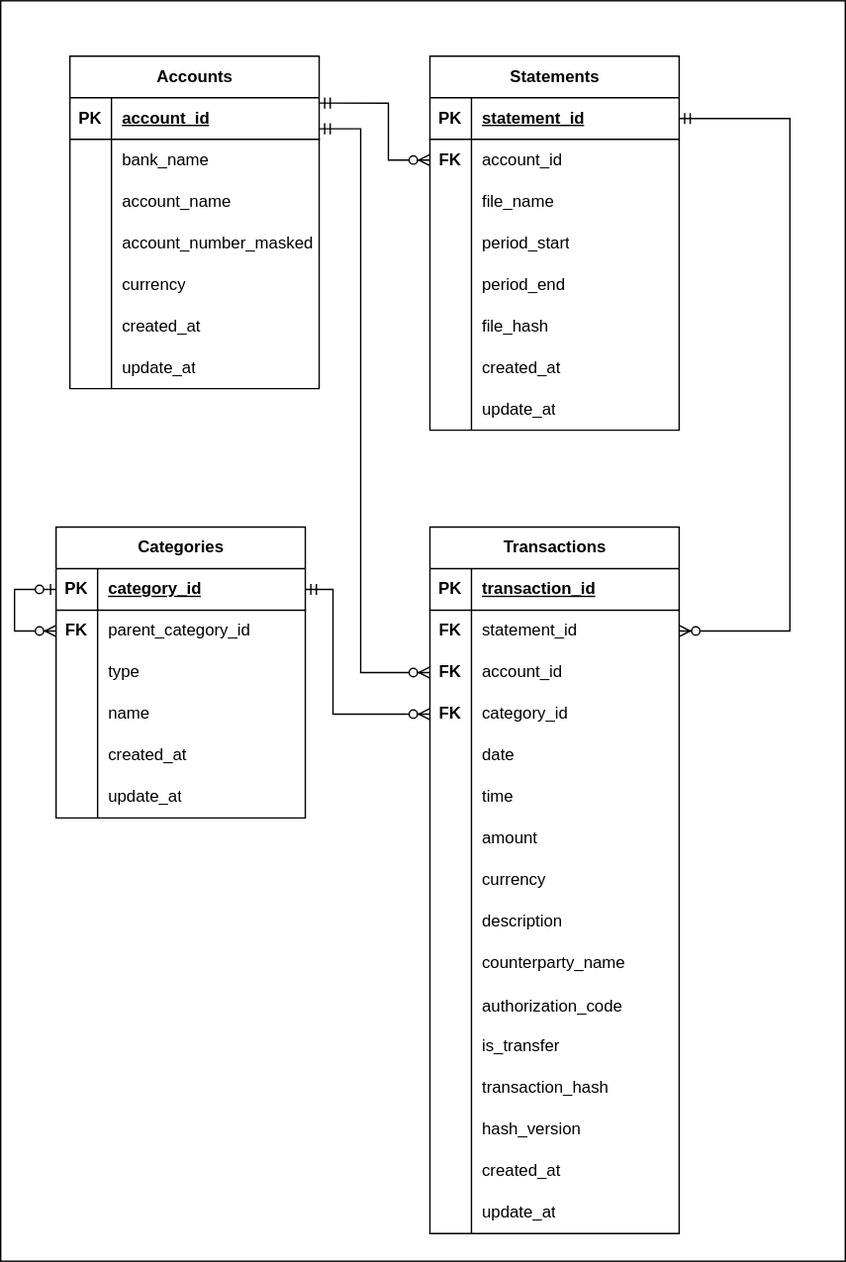
Before: docs/requirements/erd.svg, a diagram exported from draw.io (tms050/finance-tracker). Source tidied: cells renumbered, new cells last; positions are measured from the earlier drawing's top-left corner, leaving out a move shared by most shapes.
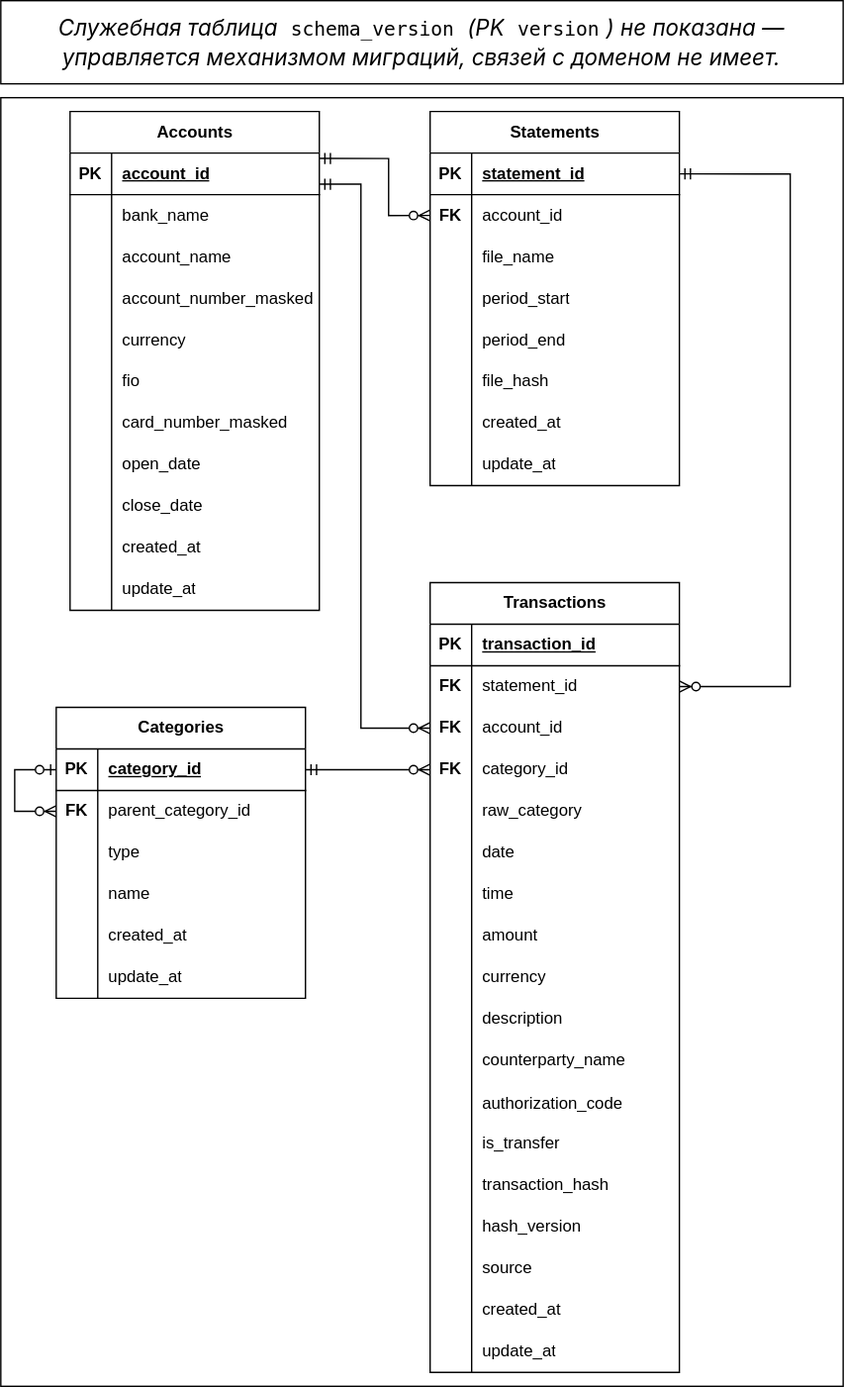
After the commit.

What changed in the source:
```diff
@@ -3,10 +3,10 @@
     <mxCell id="0" />
     <mxCell id="1" parent="0" />
     <mxCell id="2" style="rounded=0;whiteSpace=wrap;html=1;" parent="1" vertex="1">
-      <mxGeometry width="610" height="910" as="geometry" />
+      <mxGeometry y="30" width="608.3" height="930" as="geometry" />
     </mxCell>
     <mxCell id="3" value="Accounts" style="shape=table;startSize=30;rowLines=0;fontStyle=1;align=center;html=1;" parent="1" vertex="1">
-      <mxGeometry x="50" y="40" width="180" height="240" as="geometry" />
+      <mxGeometry x="50" y="40" width="180" height="360" as="geometry" />
     </mxCell>
     <mxCell id="4" style="shape=tableRow;horizontal=0;startSize=0;swimlaneHead=0;swimlaneBody=0;fillColor=none;points=[[0,0.5],[1,0.5]];portConstraint=eastwest;top=0;left=0;right=0;bottom=1;" parent="3" vertex="1">
       <mxGeometry y="30" width="180" height="30" as="geometry" />
@@ -53,8 +53,44 @@
     <mxCell id="18" value="currency" style="shape=partialRectangle;fillColor=none;top=0;left=0;bottom=0;right=0;align=left;spacingLeft=6;overflow=hidden;whiteSpace=wrap;html=1;" parent="16" vertex="1">
       <mxGeometry x="30" width="150" height="30" as="geometry" />
     </mxCell>
+    <mxCell id="123" style="shape=tableRow;horizontal=0;startSize=0;swimlaneHead=0;swimlaneBody=0;fillColor=none;top=0;left=0;right=0;bottom=0;" parent="3" vertex="1">
+      <mxGeometry y="180" width="180" height="30" as="geometry" />
+    </mxCell>
+    <mxCell id="124" style="shape=partialRectangle;fillColor=none;top=0;left=0;bottom=0;right=0;overflow=hidden;whiteSpace=wrap;html=1;" parent="123" vertex="1">
+      <mxGeometry width="30" height="30" as="geometry" />
+    </mxCell>
+    <mxCell id="125" value="fio" style="shape=partialRectangle;fillColor=none;top=0;left=0;bottom=0;right=0;align=left;spacingLeft=6;overflow=hidden;whiteSpace=wrap;html=1;" parent="123" vertex="1">
+      <mxGeometry x="30" width="150" height="30" as="geometry" />
+    </mxCell>
+    <mxCell id="126" style="shape=tableRow;horizontal=0;startSize=0;swimlaneHead=0;swimlaneBody=0;fillColor=none;top=0;left=0;right=0;bottom=0;" parent="3" vertex="1">
+      <mxGeometry y="210" width="180" height="30" as="geometry" />
+    </mxCell>
+    <mxCell id="127" style="shape=partialRectangle;fillColor=none;top=0;left=0;bottom=0;right=0;overflow=hidden;whiteSpace=wrap;html=1;" parent="126" vertex="1">
+      <mxGeometry width="30" height="30" as="geometry" />
+    </mxCell>
+    <mxCell id="128" value="card_number_masked" style="shape=partialRectangle;fillColor=none;top=0;left=0;bottom=0;right=0;align=left;spacingLeft=6;overflow=hidden;whiteSpace=wrap;html=1;" parent="126" vertex="1">
+      <mxGeometry x="30" width="150" height="30" as="geometry" />
+    </mxCell>
+    <mxCell id="129" style="shape=tableRow;horizontal=0;startSize=0;swimlaneHead=0;swimlaneBody=0;fillColor=none;top=0;left=0;right=0;bottom=0;" parent="3" vertex="1">
+      <mxGeometry y="240" width="180" height="30" as="geometry" />
+    </mxCell>
+    <mxCell id="130" style="shape=partialRectangle;fillColor=none;top=0;left=0;bottom=0;right=0;overflow=hidden;whiteSpace=wrap;html=1;" parent="129" vertex="1">
+      <mxGeometry width="30" height="30" as="geometry" />
+    </mxCell>
+    <mxCell id="131" value="open_date" style="shape=partialRectangle;fillColor=none;top=0;left=0;bottom=0;right=0;align=left;spacingLeft=6;overflow=hidden;whiteSpace=wrap;html=1;" parent="129" vertex="1">
+      <mxGeometry x="30" width="150" height="30" as="geometry" />
+    </mxCell>
+    <mxCell id="132" style="shape=tableRow;horizontal=0;startSize=0;swimlaneHead=0;swimlaneBody=0;fillColor=none;top=0;left=0;right=0;bottom=0;" parent="3" vertex="1">
+      <mxGeometry y="270" width="180" height="30" as="geometry" />
+    </mxCell>
+    <mxCell id="133" style="shape=partialRectangle;fillColor=none;top=0;left=0;bottom=0;right=0;overflow=hidden;whiteSpace=wrap;html=1;" parent="132" vertex="1">
+      <mxGeometry width="30" height="30" as="geometry" />
+    </mxCell>
+    <mxCell id="134" value="close_date" style="shape=partialRectangle;fillColor=none;top=0;left=0;bottom=0;right=0;align=left;spacingLeft=6;overflow=hidden;whiteSpace=wrap;html=1;" parent="132" vertex="1">
+      <mxGeometry x="30" width="150" height="30" as="geometry" />
+    </mxCell>
     <mxCell id="19" style="shape=tableRow;horizontal=0;startSize=0;swimlaneHead=0;swimlaneBody=0;fillColor=none;top=0;left=0;right=0;bottom=0;" parent="3" vertex="1">
-      <mxGeometry y="180" width="180" height="30" as="geometry" />
+      <mxGeometry y="300" width="180" height="30" as="geometry" />
     </mxCell>
     <mxCell id="20" style="shape=partialRectangle;fillColor=none;top=0;left=0;bottom=0;right=0;overflow=hidden;whiteSpace=wrap;html=1;" parent="19" vertex="1">
       <mxGeometry width="30" height="30" as="geometry" />
@@ -63,7 +99,7 @@
       <mxGeometry x="30" width="150" height="30" as="geometry" />
     </mxCell>
     <mxCell id="22" style="shape=tableRow;horizontal=0;startSize=0;swimlaneHead=0;swimlaneBody=0;fillColor=none;top=0;left=0;right=0;bottom=0;" parent="3" vertex="1">
-      <mxGeometry y="210" width="180" height="30" as="geometry" />
+      <mxGeometry y="330" width="180" height="30" as="geometry" />
     </mxCell>
     <mxCell id="23" style="shape=partialRectangle;fillColor=none;top=0;left=0;bottom=0;right=0;overflow=hidden;whiteSpace=wrap;html=1;" parent="22" vertex="1">
       <mxGeometry width="30" height="30" as="geometry" />
@@ -147,7 +183,7 @@
       <mxGeometry x="30" width="150" height="30" as="geometry" />
     </mxCell>
     <mxCell id="50" value="Transactions" style="shape=table;startSize=30;rowLines=0;fontStyle=1;align=center;html=1;" parent="1" vertex="1">
-      <mxGeometry x="310" y="380" width="180" height="510" as="geometry" />
+      <mxGeometry x="310" y="380" width="180" height="570" as="geometry" />
     </mxCell>
     <mxCell id="51" style="shape=tableRow;horizontal=0;startSize=0;swimlaneHead=0;swimlaneBody=0;fillColor=none;top=0;left=0;right=0;bottom=1;" parent="50" vertex="1">
       <mxGeometry y="30" width="180" height="30" as="geometry" />
@@ -185,8 +221,17 @@
     <mxCell id="62" value="category_id" style="shape=partialRectangle;fillColor=none;top=0;left=0;bottom=0;right=0;align=left;spacingLeft=6;overflow=hidden;whiteSpace=wrap;html=1;" parent="60" vertex="1">
       <mxGeometry x="30" width="150" height="30" as="geometry" />
     </mxCell>
+    <mxCell id="135" style="shape=tableRow;horizontal=0;startSize=0;swimlaneHead=0;swimlaneBody=0;fillColor=none;top=0;left=0;right=0;bottom=0;" parent="50" vertex="1">
+      <mxGeometry y="150" width="180" height="30" as="geometry" />
+    </mxCell>
+    <mxCell id="136" style="shape=partialRectangle;fillColor=none;top=0;left=0;bottom=0;right=0;overflow=hidden;whiteSpace=wrap;html=1;" parent="135" vertex="1">
+      <mxGeometry width="30" height="30" as="geometry" />
+    </mxCell>
+    <mxCell id="137" value="raw_category" style="shape=partialRectangle;fillColor=none;top=0;left=0;bottom=0;right=0;align=left;spacingLeft=6;overflow=hidden;whiteSpace=wrap;html=1;" parent="135" vertex="1">
+      <mxGeometry x="30" width="150" height="30" as="geometry" />
+    </mxCell>
     <mxCell id="63" style="shape=tableRow;horizontal=0;startSize=0;swimlaneHead=0;swimlaneBody=0;fillColor=none;top=0;left=0;right=0;bottom=0;" parent="50" vertex="1">
-      <mxGeometry y="150" width="180" height="30" as="geometry" />
+      <mxGeometry y="180" width="180" height="30" as="geometry" />
     </mxCell>
     <mxCell id="64" style="shape=partialRectangle;fillColor=none;top=0;left=0;bottom=0;right=0;overflow=hidden;whiteSpace=wrap;html=1;" parent="63" vertex="1">
       <mxGeometry width="30" height="30" as="geometry" />
@@ -195,7 +240,7 @@
       <mxGeometry x="30" width="150" height="30" as="geometry" />
     </mxCell>
     <mxCell id="66" style="shape=tableRow;horizontal=0;startSize=0;swimlaneHead=0;swimlaneBody=0;fillColor=none;top=0;left=0;right=0;bottom=0;" parent="50" vertex="1">
-      <mxGeometry y="180" width="180" height="30" as="geometry" />
+      <mxGeometry y="210" width="180" height="30" as="geometry" />
     </mxCell>
     <mxCell id="67" style="shape=partialRectangle;fillColor=none;top=0;left=0;bottom=0;right=0;overflow=hidden;whiteSpace=wrap;html=1;" parent="66" vertex="1">
       <mxGeometry width="30" height="30" as="geometry" />
@@ -204,7 +249,7 @@
       <mxGeometry x="30" width="150" height="30" as="geometry" />
     </mxCell>
     <mxCell id="69" style="shape=tableRow;horizontal=0;startSize=0;swimlaneHead=0;swimlaneBody=0;fillColor=none;top=0;left=0;right=0;bottom=0;" parent="50" vertex="1">
-      <mxGeometry y="210" width="180" height="30" as="geometry" />
+      <mxGeometry y="240" width="180" height="30" as="geometry" />
     </mxCell>
     <mxCell id="70" style="shape=partialRectangle;fillColor=none;top=0;left=0;bottom=0;right=0;overflow=hidden;whiteSpace=wrap;html=1;" parent="69" vertex="1">
       <mxGeometry width="30" height="30" as="geometry" />
@@ -213,7 +258,7 @@
       <mxGeometry x="30" width="150" height="30" as="geometry" />
     </mxCell>
     <mxCell id="72" style="shape=tableRow;horizontal=0;startSize=0;swimlaneHead=0;swimlaneBody=0;fillColor=none;top=0;left=0;right=0;bottom=0;" parent="50" vertex="1">
-      <mxGeometry y="240" width="180" height="30" as="geometry" />
+      <mxGeometry y="270" width="180" height="30" as="geometry" />
     </mxCell>
     <mxCell id="73" style="shape=partialRectangle;fillColor=none;top=0;left=0;bottom=0;right=0;overflow=hidden;whiteSpace=wrap;html=1;" parent="72" vertex="1">
       <mxGeometry width="30" height="30" as="geometry" />
@@ -222,7 +267,7 @@
       <mxGeometry x="30" width="150" height="30" as="geometry" />
     </mxCell>
     <mxCell id="75" style="shape=tableRow;horizontal=0;startSize=0;swimlaneHead=0;swimlaneBody=0;fillColor=none;top=0;left=0;right=0;bottom=0;" parent="50" vertex="1">
-      <mxGeometry y="270" width="180" height="30" as="geometry" />
+      <mxGeometry y="300" width="180" height="30" as="geometry" />
     </mxCell>
     <mxCell id="76" style="shape=partialRectangle;fillColor=none;top=0;left=0;bottom=0;right=0;overflow=hidden;whiteSpace=wrap;html=1;" parent="75" vertex="1">
       <mxGeometry width="30" height="30" as="geometry" />
@@ -231,7 +276,7 @@
       <mxGeometry x="30" width="150" height="30" as="geometry" />
     </mxCell>
     <mxCell id="78" style="shape=tableRow;horizontal=0;startSize=0;swimlaneHead=0;swimlaneBody=0;fillColor=none;top=0;left=0;right=0;bottom=0;" parent="50" vertex="1">
-      <mxGeometry y="300" width="180" height="30" as="geometry" />
+      <mxGeometry y="330" width="180" height="30" as="geometry" />
     </mxCell>
     <mxCell id="79" style="shape=partialRectangle;fillColor=none;top=0;left=0;bottom=0;right=0;overflow=hidden;whiteSpace=wrap;html=1;" parent="78" vertex="1">
       <mxGeometry width="30" height="30" as="geometry" />
@@ -240,7 +285,7 @@
       <mxGeometry x="30" width="150" height="30" as="geometry" />
     </mxCell>
     <mxCell id="81" style="shape=tableRow;horizontal=0;startSize=0;swimlaneHead=0;swimlaneBody=0;fillColor=none;top=0;left=0;right=0;bottom=0;" parent="50" vertex="1">
-      <mxGeometry y="330" width="180" height="30" as="geometry" />
+      <mxGeometry y="360" width="180" height="30" as="geometry" />
     </mxCell>
     <mxCell id="82" style="shape=partialRectangle;fillColor=none;top=0;left=0;bottom=0;right=0;overflow=hidden;whiteSpace=wrap;html=1;" parent="81" vertex="1">
       <mxGeometry width="30" height="30" as="geometry" />
@@ -249,7 +294,7 @@
       <mxGeometry x="30" width="150" height="30" as="geometry" />
     </mxCell>
     <mxCell id="84" style="shape=tableRow;horizontal=0;startSize=0;swimlaneHead=0;swimlaneBody=0;fillColor=none;top=0;left=0;right=0;bottom=0;" parent="50" vertex="1">
-      <mxGeometry y="360" width="180" height="30" as="geometry" />
+      <mxGeometry y="390" width="180" height="30" as="geometry" />
     </mxCell>
     <mxCell id="85" style="shape=partialRectangle;fillColor=none;top=0;left=0;bottom=0;right=0;overflow=hidden;whiteSpace=wrap;html=1;" parent="84" vertex="1">
       <mxGeometry width="30" height="30" as="geometry" />
@@ -258,7 +303,7 @@
       <mxGeometry x="30" width="150" height="30" as="geometry" />
     </mxCell>
     <mxCell id="87" style="shape=tableRow;horizontal=0;startSize=0;swimlaneHead=0;swimlaneBody=0;fillColor=none;top=0;left=0;right=0;bottom=0;" parent="50" vertex="1">
-      <mxGeometry y="390" width="180" height="30" as="geometry" />
+      <mxGeometry y="420" width="180" height="30" as="geometry" />
     </mxCell>
     <mxCell id="88" style="shape=partialRectangle;fillColor=none;top=0;left=0;bottom=0;right=0;overflow=hidden;whiteSpace=wrap;html=1;" parent="87" vertex="1">
       <mxGeometry width="30" height="30" as="geometry" />
@@ -267,7 +312,7 @@
       <mxGeometry x="30" width="150" height="30" as="geometry" />
     </mxCell>
     <mxCell id="90" style="shape=tableRow;horizontal=0;startSize=0;swimlaneHead=0;swimlaneBody=0;fillColor=none;top=0;left=0;right=0;bottom=0;" parent="50" vertex="1">
-      <mxGeometry y="420" width="180" height="30" as="geometry" />
+      <mxGeometry y="450" width="180" height="30" as="geometry" />
     </mxCell>
     <mxCell id="91" style="shape=partialRectangle;fillColor=none;top=0;left=0;bottom=0;right=0;overflow=hidden;whiteSpace=wrap;html=1;" parent="90" vertex="1">
       <mxGeometry width="30" height="30" as="geometry" />
@@ -275,8 +320,17 @@
     <mxCell id="92" value="hash_version" style="shape=partialRectangle;fillColor=none;top=0;left=0;bottom=0;right=0;align=left;spacingLeft=6;overflow=hidden;whiteSpace=wrap;html=1;" parent="90" vertex="1">
       <mxGeometry x="30" width="150" height="30" as="geometry" />
     </mxCell>
+    <mxCell id="138" style="shape=tableRow;horizontal=0;startSize=0;swimlaneHead=0;swimlaneBody=0;fillColor=none;top=0;left=0;right=0;bottom=0;" parent="50" vertex="1">
+      <mxGeometry y="480" width="180" height="30" as="geometry" />
+    </mxCell>
+    <mxCell id="139" style="shape=partialRectangle;fillColor=none;top=0;left=0;bottom=0;right=0;overflow=hidden;whiteSpace=wrap;html=1;" parent="138" vertex="1">
+      <mxGeometry width="30" height="30" as="geometry" />
+    </mxCell>
+    <mxCell id="140" value="source" style="shape=partialRectangle;fillColor=none;top=0;left=0;bottom=0;right=0;align=left;spacingLeft=6;overflow=hidden;whiteSpace=wrap;html=1;" parent="138" vertex="1">
+      <mxGeometry x="30" width="150" height="30" as="geometry" />
+    </mxCell>
     <mxCell id="93" style="shape=tableRow;horizontal=0;startSize=0;swimlaneHead=0;swimlaneBody=0;fillColor=none;top=0;left=0;right=0;bottom=0;" parent="50" vertex="1">
-      <mxGeometry y="450" width="180" height="30" as="geometry" />
+      <mxGeometry y="510" width="180" height="30" as="geometry" />
     </mxCell>
     <mxCell id="94" style="shape=partialRectangle;fillColor=none;top=0;left=0;bottom=0;right=0;overflow=hidden;whiteSpace=wrap;html=1;" parent="93" vertex="1">
       <mxGeometry width="30" height="30" as="geometry" />
@@ -285,7 +339,7 @@
       <mxGeometry x="30" width="150" height="30" as="geometry" />
     </mxCell>
     <mxCell id="96" style="shape=tableRow;horizontal=0;startSize=0;swimlaneHead=0;swimlaneBody=0;fillColor=none;top=0;left=0;right=0;bottom=0;" parent="50" vertex="1">
-      <mxGeometry y="480" width="180" height="30" as="geometry" />
+      <mxGeometry y="540" width="180" height="30" as="geometry" />
     </mxCell>
     <mxCell id="97" style="shape=partialRectangle;fillColor=none;top=0;left=0;bottom=0;right=0;overflow=hidden;whiteSpace=wrap;html=1;" parent="96" vertex="1">
       <mxGeometry width="30" height="30" as="geometry" />
@@ -294,7 +348,7 @@
       <mxGeometry x="30" width="150" height="30" as="geometry" />
     </mxCell>
     <mxCell id="99" value="Categories" style="shape=table;startSize=30;rowLines=0;fontStyle=1;align=center;html=1;" parent="1" vertex="1">
-      <mxGeometry x="40" y="380" width="180" height="210" as="geometry" />
+      <mxGeometry x="40" y="470" width="180" height="210" as="geometry" />
     </mxCell>
     <mxCell id="100" style="shape=tableRow;horizontal=0;startSize=0;swimlaneHead=0;swimlaneBody=0;fillColor=none;points=[[0,0.5],[1,0.5]];portConstraint=eastwest;top=0;left=0;right=0;bottom=1;" parent="99" vertex="1">
       <mxGeometry y="30" width="180" height="30" as="geometry" />
@@ -377,8 +431,8 @@
     <mxCell id="121" style="edgeStyle=orthogonalEdgeStyle;fontSize=12;html=1;endArrow=ERzeroToMany;startArrow=ERmandOne;rounded=0;exitX=1;exitY=0.5;exitDx=0;exitDy=0;entryX=0;entryY=0.5;entryDx=0;entryDy=0;" parent="1" edge="1" source="100" target="60">
       <mxGeometry relative="1" as="geometry">
         <Array as="points">
-          <mxPoint x="240" y="425" />
-          <mxPoint x="240" y="515" />
+          <mxPoint x="285" y="515" />
+          <mxPoint x="285" y="515" />
         </Array>
       </mxGeometry>
     </mxCell>
@@ -390,5 +444,8 @@
         </Array>
       </mxGeometry>
     </mxCell>
+    <mxCell id="141" value="&lt;em style=&quot;font-family: quote-cjk-patch, Inter, system-ui, -apple-system, BlinkMacSystemFont, &amp;quot;Segoe UI&amp;quot;, Roboto, Oxygen, Ubuntu, Cantarell, &amp;quot;Open Sans&amp;quot;, &amp;quot;Helvetica Neue&amp;quot;, sans-serif; font-size: 16px; text-align: start;&quot;&gt;&lt;font style=&quot;color: rgb(0, 0, 0);&quot;&gt;&lt;span class=&quot;&quot; style=&quot;background-color: rgb(255, 255, 255);&quot;&gt;Служебная таблица&amp;nbsp;&lt;/span&gt;&lt;code style=&quot;box-sizing: border-box; font-style: normal; font-variant-numeric: normal; font-variant-east-asian: normal; font-variant-alternates: normal; font-variant-position: normal; font-variant-emoji: normal; font-stretch: 100%; line-height: 22px; font-optical-sizing: auto; font-size-adjust: none; font-kerning: auto; font-feature-settings: normal; font-variation-settings: normal; font-family: Menlo, Monaco, Consolas, &amp;quot;Cascadia Mono&amp;quot;, &amp;quot;Ubuntu Mono&amp;quot;, &amp;quot;DejaVu Sans Mono&amp;quot;, &amp;quot;Liberation Mono&amp;quot;, &amp;quot;JetBrains Mono&amp;quot;, &amp;quot;Fira Code&amp;quot;, Cousine, &amp;quot;Roboto Mono&amp;quot;, &amp;quot;Courier New&amp;quot;, Courier, sans-serif, system-ui; border-radius: 6px; align-items: center; padding: 0px 5px; display: inline-flex; background-color: rgb(255, 255, 255); font-size: 0.875em !important;&quot;&gt;schema_version&lt;/code&gt;&lt;span class=&quot;&quot;&gt;&lt;span style=&quot;background-color: rgb(255, 255, 255);&quot;&gt;&amp;nbsp;&lt;/span&gt;(PK&lt;span style=&quot;background-color: rgb(255, 255, 255);&quot;&gt;&amp;nbsp;&lt;/span&gt;&lt;/span&gt;&lt;code style=&quot;box-sizing: border-box; font-style: normal; font-variant-numeric: normal; font-variant-east-asian: normal; font-variant-alternates: normal; font-variant-position: normal; font-variant-emoji: normal; font-stretch: 100%; line-height: 22px; font-optical-sizing: auto; font-size-adjust: none; font-kerning: auto; font-feature-settings: normal; font-variation-settings: normal; font-family: Menlo, Monaco, Consolas, &amp;quot;Cascadia Mono&amp;quot;, &amp;quot;Ubuntu Mono&amp;quot;, &amp;quot;DejaVu Sans Mono&amp;quot;, &amp;quot;Liberation Mono&amp;quot;, &amp;quot;JetBrains Mono&amp;quot;, &amp;quot;Fira Code&amp;quot;, Cousine, &amp;quot;Roboto Mono&amp;quot;, &amp;quot;Courier New&amp;quot;, Courier, sans-serif, system-ui; border-radius: 6px; align-items: center; padding: 0px 5px; display: inline-flex; background-color: rgb(255, 255, 255); font-size: 0.875em !important;&quot;&gt;version&lt;/code&gt;&lt;span class=&quot;&quot; style=&quot;background-color: rgb(255, 255, 255);&quot;&gt;) не показана — управляется механизмом миграций, связей с доменом не имеет.&lt;/span&gt;&lt;/font&gt;&lt;/em&gt;" style="rounded=0;whiteSpace=wrap;html=1;" parent="1" vertex="1">
+      <mxGeometry y="-40" width="608.3" height="60" as="geometry" />
+    </mxCell>
   </root>
 </mxGraphModel>
```
